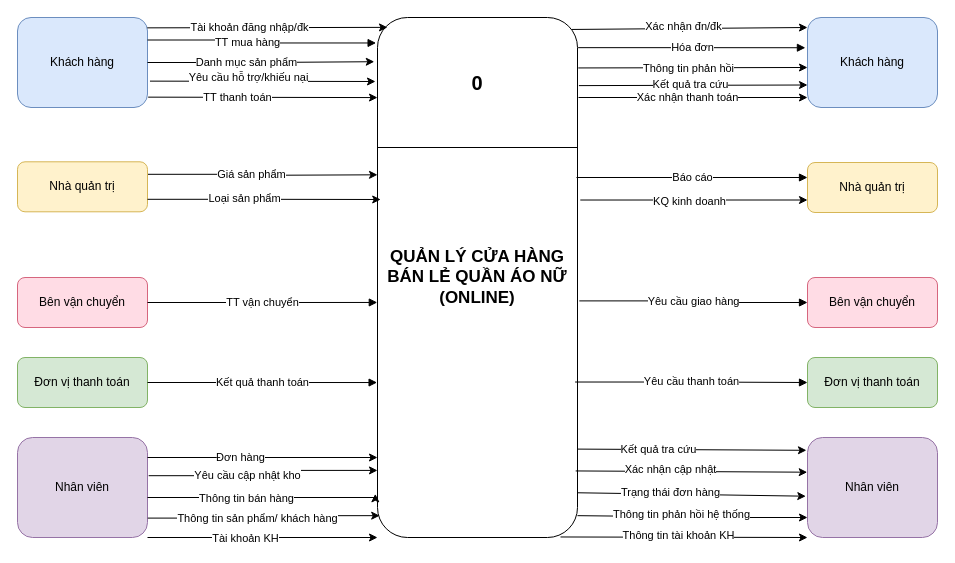
Before: page "DFD mức ngữ cảnh" (1 of 3) of Biểu đồ không có tiêu đề.drawio in Vulien/Diagram, a draw.io diagram. Source tidied: cells renumbered, new cells numbered last; positions are measured from the earlier drawing's top-left corner, leaving out a move shared by most shapes. Both pictures are drawn from the tidied source at 100%, with x=0, y=0 at pixel (17, 17).
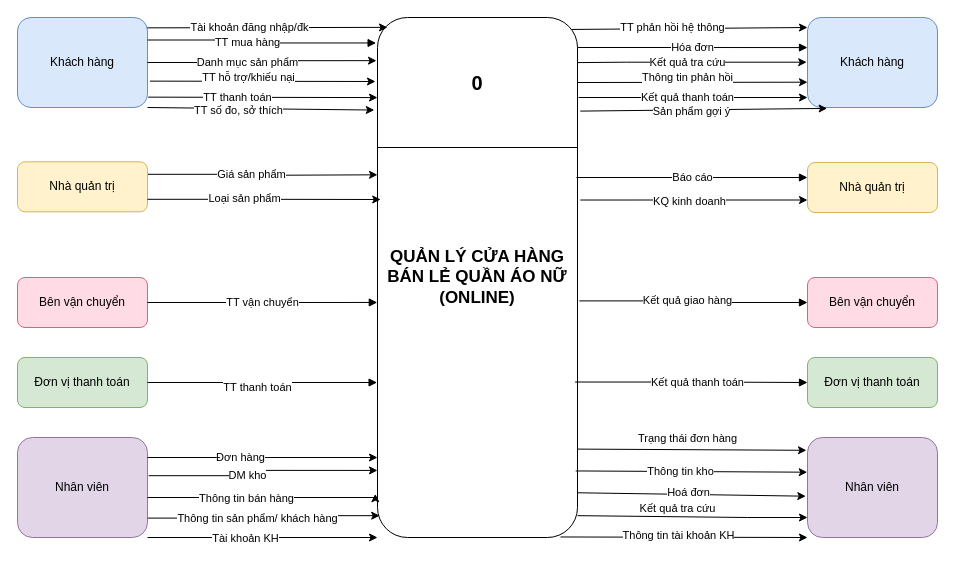
The same page after the edit.

Commit message:
Cập nhật Biểu đồ không có tiêu đề.drawio

The change refers to these unchanged cells:
```xml
<mxCell id="2" value="&lt;font style=&quot;font-size: 17px;&quot;&gt;QUẢN LÝ CỬA HÀNG BÁN LẺ QUẦN ÁO NỮ (ONLINE)&lt;/font&gt;" style="shape=rectangle;rounded=1;whiteSpace=wrap;html=1;align=center;verticalAlign=middle;fontSize=14;fontStyle=1;strokeColor=#000000;fillColor=#ffffff;" parent="1" vertex="1">
  <mxGeometry x="360" width="200" height="520" as="geometry" />
</mxCell>
<mxCell id="3" value="Khách hàng" style="shape=rectangle;rounded=1;whiteSpace=wrap;html=1;fillColor=#dae8fc;strokeColor=#6c8ebf;fontSize=12;align=center;" parent="1" vertex="1">
  <mxGeometry width="130" height="90" as="geometry" />
</mxCell>
<mxCell id="10" value="Đơn vị thanh toán" style="shape=rectangle;rounded=1;whiteSpace=wrap;html=1;fillColor=#d5e8d4;strokeColor=#82b366;fontSize=12;align=center;" parent="1" vertex="1">
  <mxGeometry y="340" width="130" height="50" as="geometry" />
</mxCell>
<mxCell id="12" value="Khách hàng" style="shape=rectangle;rounded=1;whiteSpace=wrap;html=1;fillColor=#dae8fc;strokeColor=#6c8ebf;fontSize=12;align=center;" parent="1" vertex="1">
  <mxGeometry x="790" width="130" height="90" as="geometry" />
</mxCell>
<mxCell id="16" value="Bên vận chuyển" style="shape=rectangle;rounded=1;whiteSpace=wrap;html=1;fillColor=#ffdce5;strokeColor=#d6667e;fontSize=12;align=center;" parent="1" vertex="1">
  <mxGeometry x="790" y="260" width="130" height="50" as="geometry" />
</mxCell>
<mxCell id="18" value="Đơn vị thanh toán" style="shape=rectangle;rounded=1;whiteSpace=wrap;html=1;fillColor=#d5e8d4;strokeColor=#82b366;fontSize=12;align=center;" parent="1" vertex="1">
  <mxGeometry x="790" y="340" width="130" height="50" as="geometry" />
</mxCell>
<mxCell id="27" style="edgeStyle=none;jettySize=auto;html=1;rounded=0;exitX=0.991;exitY=0.872;exitDx=0;exitDy=0;exitPerimeter=0;entryX=-0.002;entryY=0.347;entryDx=0;entryDy=0;entryPerimeter=0;" parent="1" edge="1" source="2" target="23">
  <mxGeometry relative="1" as="geometry" />
</mxCell>
<mxCell id="37" style="edgeStyle=orthogonalEdgeStyle;rounded=0;jettySize=auto;html=1;exitX=1.009;exitY=0.382;exitDx=0;exitDy=0;entryX=0;entryY=0.871;entryDx=0;entryDy=0;entryPerimeter=0;exitPerimeter=0;" parent="1" edge="1" source="22" target="2">
  <mxGeometry relative="1" as="geometry" />
</mxCell>
<mxCell id="41" style="endArrow=classic;html=1;rounded=0;exitX=0.999;exitY=0.914;exitDx=0;exitDy=0;exitPerimeter=0;entryX=-0.013;entryY=0.587;entryDx=0;entryDy=0;entryPerimeter=0;" parent="1" edge="1" source="2" target="23">
  <mxGeometry relative="1" as="geometry" />
</mxCell>
<mxCell id="43" style="endArrow=classic;html=1;rounded=0;exitX=0.999;exitY=0.83;exitDx=0;exitDy=0;exitPerimeter=0;entryX=-0.008;entryY=0.128;entryDx=0;entryDy=0;entryPerimeter=0;" parent="1" edge="1" source="2" target="23">
  <mxGeometry relative="1" as="geometry" />
</mxCell>
<mxCell id="45" style="endArrow=classic;html=1;rounded=0;exitX=1;exitY=0.958;exitDx=0;exitDy=0;exitPerimeter=0;entryX=0;entryY=0.8;entryDx=0;entryDy=0;entryPerimeter=0;" parent="1" edge="1" source="2" target="23">
  <mxGeometry relative="1" as="geometry">
    <Array as="points">
      <mxPoint x="730" y="500" />
    </Array>
  </mxGeometry>
</mxCell>
<mxCell id="51" style="endArrow=classic;html=1;rounded=0;exitX=1.019;exitY=0.707;exitDx=0;exitDy=0;exitPerimeter=0;" parent="1" edge="1" source="3">
  <mxGeometry relative="1" as="geometry">
    <mxPoint x="358" y="64" as="targetPoint" />
  </mxGeometry>
</mxCell>
<mxCell id="57" style="endArrow=classic;html=1;rounded=0;exitX=0.971;exitY=0.023;exitDx=0;exitDy=0;exitPerimeter=0;" parent="1" edge="1" source="2">
  <mxGeometry relative="1" as="geometry">
    <mxPoint x="790" y="10" as="targetPoint" />
  </mxGeometry>
</mxCell>
<mxCell id="59" style="endArrow=classic;html=1;rounded=0;entryX=0;entryY=0.889;entryDx=0;entryDy=0;entryPerimeter=0;" parent="1" edge="1" target="12">
  <mxGeometry relative="1" as="geometry">
    <mxPoint x="561" y="80" as="sourcePoint" />
  </mxGeometry>
</mxCell>
```

What changed in the source:
```diff
@@
-    <mxCell id="11" value="Kết quả thanh toán" style="edgeStyle=elbowEdgeStyle;rounded=1;jettySize=auto;html=1;strokeWidth=1;endArrow=block;fontSize=11;entryX=-0.002;entryY=0.702;entryDx=0;entryDy=0;entryPerimeter=0;" parent="1" edge="1" source="10" target="2">
-      <mxGeometry relative="1" as="geometry" />
+    <mxCell id="11" value="TT thanh toán" style="edgeStyle=elbowEdgeStyle;rounded=1;jettySize=auto;html=1;strokeWidth=1;endArrow=block;fontSize=11;entryX=-0.002;entryY=0.702;entryDx=0;entryDy=0;entryPerimeter=0;elbow=vertical;" parent="1" edge="1" source="10" target="2">
+      <mxGeometry x="-0.04" y="-5" relative="1" as="geometry" />
     </mxCell>
@@
-    <mxCell id="13" value="Hóa đơn" style="edgeStyle=elbowEdgeStyle;rounded=1;jettySize=auto;html=1;strokeWidth=1;endArrow=block;fontSize=11;exitX=1.003;exitY=0.058;exitDx=0;exitDy=0;exitPerimeter=0;entryX=-0.016;entryY=0.336;entryDx=0;entryDy=0;entryPerimeter=0;" parent="1" edge="1" source="2" target="12">
-      <mxGeometry relative="1" as="geometry" />
+    <mxCell id="13" value="Hóa đơn" style="edgeStyle=elbowEdgeStyle;rounded=1;orthogonalLoop=1;jettySize=auto;html=1;strokeWidth=1;endArrow=block;fontSize=11;entryX=-0.016;entryY=0.336;entryDx=0;entryDy=0;entryPerimeter=0;" parent="1" edge="1">
+      <mxGeometry relative="1" as="geometry">
+        <mxPoint x="560" y="30" as="sourcePoint" />
+        <mxPoint x="790" y="30.1" as="targetPoint" />
+      </mxGeometry>
     </mxCell>
@@
-    <mxCell id="17" value="Yêu cầu giao hàng" style="edgeStyle=elbowEdgeStyle;rounded=1;jettySize=auto;html=1;strokeWidth=1;endArrow=block;fontSize=11;exitX=1.009;exitY=0.545;exitDx=0;exitDy=0;exitPerimeter=0;" parent="1" edge="1" source="2" target="16">
-      <mxGeometry relative="1" as="geometry" />
+    <mxCell id="17" value="Kết quả giao hàng" style="edgeStyle=elbowEdgeStyle;rounded=1;jettySize=auto;html=1;strokeWidth=1;endArrow=block;fontSize=11;exitX=1.009;exitY=0.545;exitDx=0;exitDy=0;exitPerimeter=0;" parent="1" edge="1" source="2" target="16">
+      <mxGeometry x="-0.06" relative="1" as="geometry" />
     </mxCell>
@@
-    <mxCell id="19" value="Yêu cầu thanh toán" style="edgeStyle=elbowEdgeStyle;rounded=1;jettySize=auto;html=1;strokeWidth=1;endArrow=block;fontSize=11;exitX=0.988;exitY=0.701;exitDx=0;exitDy=0;exitPerimeter=0;" parent="1" edge="1" source="2" target="18">
-      <mxGeometry relative="1" as="geometry" />
+    <mxCell id="19" value="Kết quả thanh toán" style="edgeStyle=elbowEdgeStyle;rounded=1;jettySize=auto;html=1;strokeWidth=1;endArrow=block;fontSize=11;exitX=0.988;exitY=0.701;exitDx=0;exitDy=0;exitPerimeter=0;" parent="1" edge="1" source="2" target="18">
+      <mxGeometry x="0.06" relative="1" as="geometry" />
     </mxCell>
@@
-    <mxCell id="28" value="Xác nhận cập nhật" style="edgeLabel;html=1;align=center;verticalAlign=middle;" parent="27" vertex="1">
-      <mxGeometry x="-0.19" y="2" relative="1" as="geometry" />
-    </mxCell>
+    <mxCell id="65" value="Thông tin kho" style="edgeLabel;html=1;align=center;verticalAlign=middle;" parent="27" vertex="1">
+      <mxGeometry x="-0.1" y="1" relative="1" as="geometry" />
+    </mxCell>
@@
-    <mxCell id="31" style="endArrow=classic;html=1;rounded=0;exitX=1.004;exitY=0.097;exitDx=0;exitDy=0;exitPerimeter=0;" parent="1" edge="1" source="2">
+    <mxCell id="31" style="endArrow=classic;html=1;rounded=0;exitX=1.004;exitY=0.097;exitDx=0;exitDy=0;exitPerimeter=0;" parent="1" edge="1">
       <mxGeometry relative="1" as="geometry">
-        <mxPoint x="790" y="50" as="targetPoint" />
+        <mxPoint x="560" y="45.1" as="sourcePoint" />
+        <mxPoint x="789.2" y="44.7" as="targetPoint" />
+        <Array as="points">
+          <mxPoint x="609.2" y="44.7" />
+        </Array>
       </mxGeometry>
     </mxCell>
-    <mxCell id="32" value="Thông tin phản hồi" style="edgeLabel;html=1;align=center;verticalAlign=middle;" parent="31" vertex="1">
-      <mxGeometry x="-0.19" y="-3" relative="1" as="geometry">
-        <mxPoint x="17" y="-3" as="offset" />
-      </mxGeometry>
-    </mxCell>
@@
-    <mxCell id="38" value="Yêu cầu cập nhật kho" style="edgeLabel;html=1;align=center;verticalAlign=middle;" parent="37" vertex="1">
+    <mxCell id="38" value="DM kho" style="edgeLabel;html=1;align=center;verticalAlign=middle;" parent="37" vertex="1">
       <mxGeometry x="-0.47" y="2" relative="1" as="geometry">
         <mxPoint x="36" y="1" as="offset" />
       </mxGeometry>
     </mxCell>
@@
     <mxCell id="42" value="Trạng thái đơn hàng" style="edgeLabel;html=1;align=center;verticalAlign=middle;" parent="41" vertex="1">
       <mxGeometry x="-0.49" y="2" relative="1" as="geometry">
-        <mxPoint x="35" as="offset" />
+        <mxPoint x="52" y="-54" as="offset" />
       </mxGeometry>
     </mxCell>
+    <mxCell id="66" value="Hoá đơn" style="edgeLabel;html=1;align=center;verticalAlign=middle;" parent="41" vertex="1">
+      <mxGeometry x="-0.24" y="2" relative="1" as="geometry">
+        <mxPoint x="24" as="offset" />
+      </mxGeometry>
+    </mxCell>
@@
     <mxCell id="44" value="Kết quả tra cứu" style="edgeLabel;html=1;align=center;verticalAlign=middle;" parent="43" vertex="1">
-      <mxGeometry x="-0.29" y="1" relative="1" as="geometry" />
+      <mxGeometry x="-0.29" y="1" relative="1" as="geometry">
+        <mxPoint x="19" y="59" as="offset" />
+      </mxGeometry>
     </mxCell>
@@
-    <mxCell id="46" value="Thông tin phản hồi hệ thống" style="edgeLabel;html=1;align=center;verticalAlign=middle;" parent="45" vertex="1">
-      <mxGeometry x="-0.45" y="2" relative="1" as="geometry">
-        <mxPoint x="40" as="offset" />
-      </mxGeometry>
-    </mxCell>
-    <mxCell id="47" style="edgeStyle=orthogonalEdgeStyle;rounded=0;jettySize=auto;html=1;exitX=1;exitY=0.5;exitDx=0;exitDy=0;entryX=-0.016;entryY=0.085;entryDx=0;entryDy=0;entryPerimeter=0;" parent="1" edge="1" source="3" target="2">
+    <mxCell id="47" style="edgeStyle=orthogonalEdgeStyle;rounded=0;jettySize=auto;html=1;exitX=1;exitY=0.5;exitDx=0;exitDy=0;entryX=-0.005;entryY=0.083;entryDx=0;entryDy=0;entryPerimeter=0;" parent="1" edge="1" source="3" target="2">
       <mxGeometry relative="1" as="geometry">
         <Array as="points">
-          <mxPoint x="244" y="45" />
-          <mxPoint x="244" y="44" />
+          <mxPoint x="243" y="45" />
         </Array>
       </mxGeometry>
     </mxCell>
@@
-    <mxCell id="49" style="endArrow=classic;html=1;rounded=0;exitX=1.007;exitY=0.131;exitDx=0;exitDy=0;exitPerimeter=0;entryX=0;entryY=0.75;entryDx=0;entryDy=0;" parent="1" edge="1" source="2" target="12">
-      <mxGeometry relative="1" as="geometry" />
+    <mxCell id="49" style="endArrow=classic;html=1;rounded=0;entryX=0;entryY=0.75;entryDx=0;entryDy=0;" parent="1" edge="1">
+      <mxGeometry relative="1" as="geometry">
+        <mxPoint x="560" y="65" as="sourcePoint" />
+        <mxPoint x="790" y="64.7" as="targetPoint" />
+      </mxGeometry>
     </mxCell>
     <mxCell id="50" value="Kết quả tra cứu" style="edgeLabel;html=1;align=center;verticalAlign=middle;" parent="49" vertex="1">
-      <mxGeometry x="-0.03" y="1" relative="1" as="geometry" />
+      <mxGeometry x="-0.03" y="1" relative="1" as="geometry">
+        <mxPoint x="-2" y="-19" as="offset" />
+      </mxGeometry>
     </mxCell>
+    <mxCell id="32" value="Thông tin phản hồi" style="edgeLabel;html=1;align=center;verticalAlign=middle;" parent="49" vertex="1">
+      <mxGeometry x="-0.03" y="1" relative="1" as="geometry">
+        <mxPoint x="-2" y="-4" as="offset" />
+      </mxGeometry>
+    </mxCell>
@@
-    <mxCell id="52" value="Yêu cầu hỗ trợ/khiếu nại" style="edgeLabel;html=1;align=center;verticalAlign=middle;" parent="51" vertex="1">
+    <mxCell id="52" value="TT hỗ trợ/khiếu nại" style="edgeLabel;html=1;align=center;verticalAlign=middle;" parent="51" vertex="1">
       <mxGeometry x="-0.33" y="-1" relative="1" as="geometry">
         <mxPoint x="22" y="-5" as="offset" />
       </mxGeometry>
     </mxCell>
@@
-    <mxCell id="58" value="Xác nhận đn/đk" style="edgeLabel;html=1;align=center;verticalAlign=middle;" parent="57" vertex="1">
+    <mxCell id="58" value="&amp;nbsp;" style="edgeLabel;html=1;align=center;verticalAlign=middle;" parent="57" vertex="1">
       <mxGeometry x="-0.06" y="3" relative="1" as="geometry" />
     </mxCell>
+    <mxCell id="67" value="TT phản hồi hệ thông" style="edgeLabel;html=1;align=center;verticalAlign=middle;" parent="57" vertex="1">
+      <mxGeometry x="-0.15" y="2" relative="1" as="geometry" />
+    </mxCell>
@@
-    <mxCell id="60" value="Xác nhận thanh toán" style="edgeLabel;html=1;align=center;verticalAlign=middle;" parent="59" vertex="1">
+    <mxCell id="60" value="Kết quả thanh toán" style="edgeLabel;html=1;align=center;verticalAlign=middle;" parent="59" vertex="1">
       <mxGeometry x="-0.15" y="1" relative="1" as="geometry">
         <mxPoint x="11" as="offset" />
       </mxGeometry>
     </mxCell>
@@
+    <mxCell id="68" style="endArrow=classic;html=1;rounded=0;exitX=1;exitY=1;exitDx=0;exitDy=0;entryX=-0.016;entryY=0.178;entryDx=0;entryDy=0;entryPerimeter=0;" parent="1" edge="1" source="3" target="2">
+      <mxGeometry relative="1" as="geometry" />
+    </mxCell>
+    <mxCell id="69" value="TT số đo, sở thích" style="edgeLabel;html=1;align=center;verticalAlign=middle;" parent="68" vertex="1">
+      <mxGeometry x="-0.2" y="-1" relative="1" as="geometry" />
+    </mxCell>
+    <mxCell id="70" style="endArrow=classic;html=1;rounded=0;exitX=1.014;exitY=0.18;exitDx=0;exitDy=0;exitPerimeter=0;entryX=0.151;entryY=1.01;entryDx=0;entryDy=0;entryPerimeter=0;" parent="1" edge="1" source="2" target="12">
+      <mxGeometry relative="1" as="geometry" />
+    </mxCell>
+    <mxCell id="71" value="Sản phẩm gợi ý" style="edgeLabel;html=1;align=center;verticalAlign=middle;" parent="70" vertex="1">
+      <mxGeometry x="-0.1" y="-1" relative="1" as="geometry" />
+    </mxCell>
```
